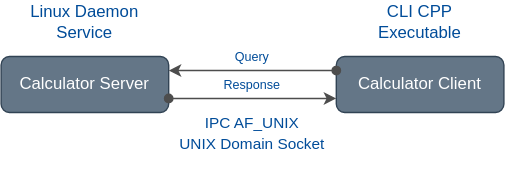
Before: architecture.svg, a diagram exported from draw.io (mehmet-engineer/IPC-Socket-CLI-Linux-Service). Source tidied: cells renumbered, new cells last; positions are measured from the earlier drawing's top-left corner, leaving out a move shared by most shapes. Its diagram source:
```xml
<mxGraphModel background="#ffffff">
  <root>
    <mxCell id="0" />
    <mxCell id="1" parent="0" />
    <mxCell id="2" value="Calculator Server" style="rounded=1;whiteSpace=wrap;html=1;fillColor=#647687;fontColor=#ffffff;strokeColor=#314354;" parent="1" vertex="1">
      <mxGeometry y="40" width="120" height="40" as="geometry" />
    </mxCell>
    <mxCell id="3" value="Calculator Client" style="rounded=1;whiteSpace=wrap;html=1;fillColor=#647687;fontColor=#ffffff;strokeColor=#314354;" parent="1" vertex="1">
      <mxGeometry x="240" y="40" width="120" height="40" as="geometry" />
    </mxCell>
    <mxCell id="4" style="endArrow=oval;startArrow=classic;html=1;exitX=1;exitY=0.25;exitDx=0;exitDy=0;endFill=1;entryX=0;entryY=0.25;entryDx=0;entryDy=0;fontColor=#333333;strokeColor=#4D4D4D;" parent="1" edge="1" source="2" target="3">
      <mxGeometry relative="1" as="geometry" />
    </mxCell>
    <mxCell id="5" value="&lt;font style=&quot;font-size: 11px;&quot;&gt;IPC AF_UNIX&lt;br&gt;UNIX Domain Socket&lt;/font&gt;" style="text;html=1;strokeColor=none;fillColor=none;align=center;verticalAlign=middle;whiteSpace=wrap;rounded=0;fontColor=#004C99;" parent="1" vertex="1">
      <mxGeometry x="115" y="70" width="130" height="50" as="geometry" />
    </mxCell>
    <mxCell id="6" value="&lt;font style=&quot;font-size: 9px;&quot;&gt;Query&lt;/font&gt;" style="text;html=1;strokeColor=none;fillColor=none;align=center;verticalAlign=middle;whiteSpace=wrap;rounded=0;fontColor=#004C99;" parent="1" vertex="1">
      <mxGeometry x="150" y="30" width="60" height="20" as="geometry" />
    </mxCell>
    <mxCell id="7" style="endArrow=oval;startArrow=classic;html=1;endFill=1;entryX=1;entryY=0.75;entryDx=0;entryDy=0;exitX=0;exitY=0.75;exitDx=0;exitDy=0;fontColor=#333333;strokeColor=#4D4D4D;" parent="1" edge="1" source="3" target="2">
      <mxGeometry relative="1" as="geometry" />
    </mxCell>
    <mxCell id="8" value="&lt;font style=&quot;font-size: 9px;&quot;&gt;Response&lt;/font&gt;" style="text;html=1;strokeColor=none;fillColor=none;align=center;verticalAlign=middle;whiteSpace=wrap;rounded=0;fontColor=#004C99;" parent="1" vertex="1">
      <mxGeometry x="150" y="50" width="60" height="20" as="geometry" />
    </mxCell>
    <mxCell id="9" value="Linux Daemon Service" style="text;html=1;strokeColor=none;fillColor=none;align=center;verticalAlign=middle;whiteSpace=wrap;rounded=0;fontColor=#004C99;" parent="1" vertex="1">
      <mxGeometry width="120" height="30" as="geometry" />
    </mxCell>
    <mxCell id="10" value="CLI CPP Executable" style="text;html=1;strokeColor=none;fillColor=none;align=center;verticalAlign=middle;whiteSpace=wrap;rounded=0;fontColor=#004C99;" parent="1" vertex="1">
      <mxGeometry x="270" width="60" height="30" as="geometry" />
    </mxCell>
  </root>
</mxGraphModel>
```
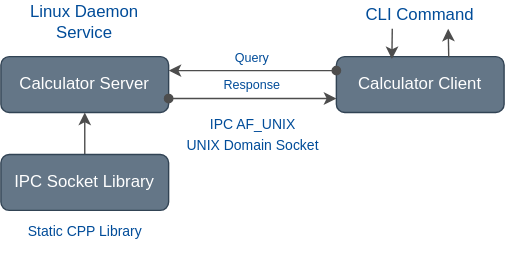
Later version of the same file.

Commit message:
architecture img updated

Diff of the diagram source:
```diff
@@ -11,8 +11,8 @@
     <mxCell id="4" style="endArrow=oval;startArrow=classic;html=1;exitX=1;exitY=0.25;exitDx=0;exitDy=0;endFill=1;entryX=0;entryY=0.25;entryDx=0;entryDy=0;fontColor=#333333;strokeColor=#4D4D4D;" parent="1" edge="1" source="2" target="3">
       <mxGeometry relative="1" as="geometry" />
     </mxCell>
-    <mxCell id="5" value="&lt;font style=&quot;font-size: 11px;&quot;&gt;IPC AF_UNIX&lt;br&gt;UNIX Domain Socket&lt;/font&gt;" style="text;html=1;strokeColor=none;fillColor=none;align=center;verticalAlign=middle;whiteSpace=wrap;rounded=0;fontColor=#004C99;" parent="1" vertex="1">
-      <mxGeometry x="115" y="70" width="130" height="50" as="geometry" />
+    <mxCell id="5" value="&lt;font style=&quot;font-size: 10px;&quot;&gt;IPC AF_UNIX&lt;br&gt;UNIX Domain Socket&lt;/font&gt;" style="text;html=1;strokeColor=none;fillColor=none;align=center;verticalAlign=middle;whiteSpace=wrap;rounded=0;fontColor=#004C99;" parent="1" vertex="1">
+      <mxGeometry x="127.5" y="80" width="105" height="30" as="geometry" />
     </mxCell>
     <mxCell id="6" value="&lt;font style=&quot;font-size: 9px;&quot;&gt;Query&lt;/font&gt;" style="text;html=1;strokeColor=none;fillColor=none;align=center;verticalAlign=middle;whiteSpace=wrap;rounded=0;fontColor=#004C99;" parent="1" vertex="1">
       <mxGeometry x="150" y="30" width="60" height="20" as="geometry" />
@@ -26,8 +26,23 @@
     <mxCell id="9" value="Linux Daemon Service" style="text;html=1;strokeColor=none;fillColor=none;align=center;verticalAlign=middle;whiteSpace=wrap;rounded=0;fontColor=#004C99;" parent="1" vertex="1">
       <mxGeometry width="120" height="30" as="geometry" />
     </mxCell>
+    <mxCell id="11" style="edgeStyle=none;html=1;exitX=0.25;exitY=1;exitDx=0;exitDy=0;entryX=0.331;entryY=0.045;entryDx=0;entryDy=0;entryPerimeter=0;strokeColor=#4D4D4D;" parent="1" edge="1" source="10" target="3">
+      <mxGeometry relative="1" as="geometry" />
+    </mxCell>
+    <mxCell id="12" style="edgeStyle=none;html=1;exitX=0.75;exitY=1;exitDx=0;exitDy=0;entryX=0.67;entryY=0.01;entryDx=0;entryDy=0;entryPerimeter=0;strokeColor=#4D4D4D;endArrow=none;endFill=0;startArrow=classic;startFill=1;" parent="1" edge="1" source="10" target="3">
+      <mxGeometry relative="1" as="geometry" />
+    </mxCell>
-    <mxCell id="10" value="CLI CPP Executable" style="text;html=1;strokeColor=none;fillColor=none;align=center;verticalAlign=middle;whiteSpace=wrap;rounded=0;fontColor=#004C99;" parent="1" vertex="1">
-      <mxGeometry x="270" width="60" height="30" as="geometry" />
+    <mxCell id="10" value="CLI Command" style="text;html=1;strokeColor=none;fillColor=none;align=center;verticalAlign=middle;whiteSpace=wrap;rounded=0;fontColor=#004C99;" parent="1" vertex="1">
+      <mxGeometry x="260" width="80" height="20" as="geometry" />
     </mxCell>
+    <mxCell id="13" style="edgeStyle=none;html=1;entryX=0.5;entryY=1;entryDx=0;entryDy=0;strokeColor=#4D4D4D;startArrow=none;startFill=0;endArrow=classic;endFill=1;" parent="1" edge="1" source="14" target="2">
+      <mxGeometry relative="1" as="geometry" />
+    </mxCell>
+    <mxCell id="14" value="IPC Socket Library" style="rounded=1;whiteSpace=wrap;html=1;fillColor=#647687;fontColor=#ffffff;strokeColor=#314354;" parent="1" vertex="1">
+      <mxGeometry y="110" width="120" height="40" as="geometry" />
+    </mxCell>
+    <mxCell id="15" value="&lt;span style=&quot;font-size: 10px;&quot;&gt;Static CPP Library&lt;/span&gt;" style="text;html=1;strokeColor=none;fillColor=none;align=center;verticalAlign=middle;whiteSpace=wrap;rounded=0;fontColor=#004C99;" parent="1" vertex="1">
+      <mxGeometry x="7.5" y="150" width="105" height="30" as="geometry" />
+    </mxCell>
   </root>
 </mxGraphModel>
```
